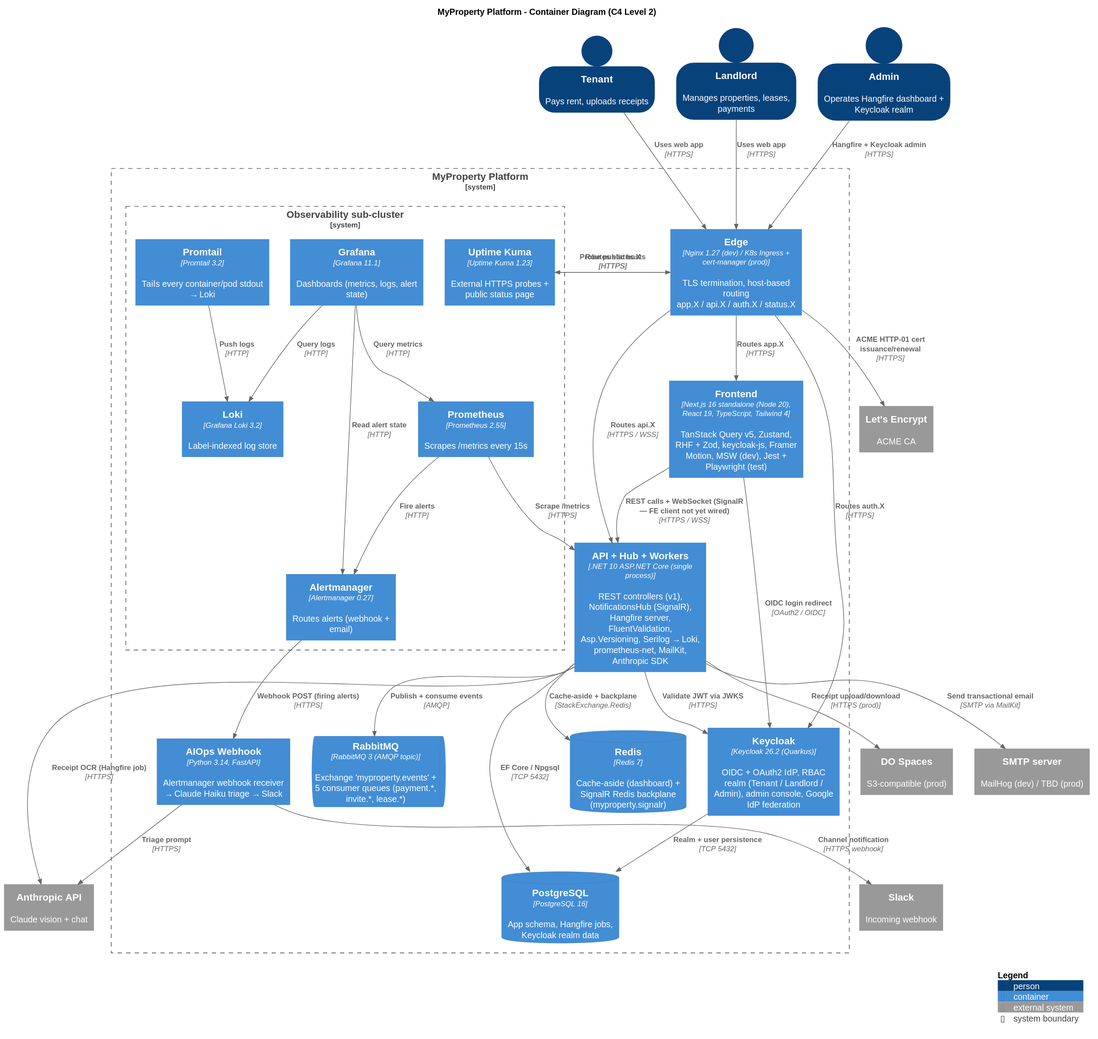
Earlier version of the PlantUML export docs/architecture/diagrams/containers.svg (LIFE-Property-Management/MyProperty). Its diagram source:
```plantuml
@startuml
!include <C4/C4_Container>

LAYOUT_TOP_DOWN()
SHOW_PERSON_OUTLINE()

title MyProperty Platform - Container Diagram (C4 Level 2)

Person(tenant,   "Tenant",   "Pays rent, uploads receipts")
Person(landlord, "Landlord", "Manages properties, leases, payments")
Person(admin,    "Admin",    "Operates Hangfire dashboard + Keycloak realm")

System_Boundary(mp, "MyProperty Platform") {

    Container(edge, "Edge", "Nginx 1.27 (dev) / K8s Ingress + cert-manager (prod)", "TLS termination, host-based routing\napp.X / api.X / auth.X / status.X")

    Container(fe, "Frontend", "Next.js 16 standalone (Node 20), React 19, TypeScript, Tailwind 4", "TanStack Query v5, Zustand, RHF + Zod, keycloak-js, Framer Motion, MSW (dev), Jest + Playwright (test)")

    Container(api, "API + Hub + Workers", ".NET 10 ASP.NET Core (single process)", "REST controllers (v1), NotificationsHub (SignalR), Hangfire server, FluentValidation, Asp.Versioning, Serilog → Loki, prometheus-net, MailKit, Anthropic SDK")

    Container(aiops, "AIOps Webhook", "Python 3.14, FastAPI", "Alertmanager webhook receiver → Claude Haiku triage → Slack")

    Container(kc, "Keycloak", "Keycloak 26.2 (Quarkus)", "OIDC + OAuth2 IdP, RBAC realm (Tenant / Landlord / Admin), admin console, Google IdP federation")

    ContainerDb(pg,    "PostgreSQL",  "PostgreSQL 16", "App schema, Hangfire jobs, Keycloak realm data")
    ContainerDb(redis, "Redis",       "Redis 7",       "Cache-aside (dashboard) + SignalR Redis backplane (myproperty.signalr)")
    ContainerQueue(mq, "RabbitMQ",    "RabbitMQ 3 (AMQP topic)", "Exchange 'myproperty.events' + 5 consumer queues (payment.*, invite.*, lease.*)")

    System_Boundary(obs, "Observability sub-cluster") {
        Container(prom,     "Prometheus",   "Prometheus 2.55",    "Scrapes /metrics every 15s")
        Container(alert,    "Alertmanager", "Alertmanager 0.27", "Routes alerts (webhook + email)")
        Container(loki,     "Loki",         "Grafana Loki 3.2",   "Label-indexed log store")
        Container(promtail, "Promtail",     "Promtail 3.2",       "Tails every container/pod stdout → Loki")
        Container(grafana,  "Grafana",      "Grafana 11.1",       "Dashboards (metrics, logs, alert state)")
        Container(kuma,     "Uptime Kuma",  "Uptime Kuma 1.23",   "External HTTPS probes + public status page")
    }
}

System_Ext(anthropic,   "Anthropic API",  "Claude vision + chat")
System_Ext(spaces,      "DO Spaces",      "S3-compatible (prod)")
System_Ext(slack,       "Slack",          "Incoming webhook")
System_Ext(letsencrypt, "Let's Encrypt",  "ACME CA")
System_Ext(smtp,        "SMTP server",    "MailHog (dev) / TBD (prod)")

Rel(tenant,   edge, "Uses web app", "HTTPS")
Rel(landlord, edge, "Uses web app", "HTTPS")
Rel(admin,    edge, "Hangfire + Keycloak admin", "HTTPS")

Rel(edge, fe,   "Routes app.X",    "HTTPS")
Rel(edge, api,  "Routes api.X",    "HTTPS / WSS")
Rel(edge, kc,   "Routes auth.X",   "HTTPS")
Rel(edge, kuma, "Routes status.X", "HTTPS")

Rel(fe,  api, "REST calls + WebSocket (SignalR — FE client not yet wired)", "HTTPS / WSS")
Rel(fe,  kc,  "OIDC login redirect",   "OAuth2 / OIDC")
Rel(api, kc,  "Validate JWT via JWKS", "HTTPS")

Rel(api, pg,    "EF Core / Npgsql",          "TCP 5432")
Rel(api, redis, "Cache-aside + backplane",   "StackExchange.Redis")
Rel(api, mq,    "Publish + consume events",  "AMQP")
Rel(kc,  pg,    "Realm + user persistence",  "TCP 5432")

Rel(api, anthropic, "Receipt OCR (Hangfire job)", "HTTPS")
Rel(api, spaces,    "Receipt upload/download",     "HTTPS (prod)")
Rel(api, smtp,      "Send transactional email",    "SMTP via MailKit")

Rel(alert, aiops,     "Webhook POST (firing alerts)", "HTTPS")
Rel(aiops, anthropic, "Triage prompt",                "HTTPS")
Rel(aiops, slack,     "Channel notification",         "HTTPS webhook")

Rel(prom,     api,    "Scrape /metrics", "HTTPS")
Rel(prom,     alert,  "Fire alerts",     "HTTP")
Rel(promtail, loki,   "Push logs",       "HTTP")
Rel(grafana,  prom,   "Query metrics",   "HTTP")
Rel(grafana,  loki,   "Query logs",      "HTTP")
Rel(grafana,  alert,  "Read alert state","HTTP")
Rel(kuma,     edge,   "Probe public hosts", "HTTPS")

Rel(edge, letsencrypt, "ACME HTTP-01 cert issuance/renewal", "HTTPS")

SHOW_LEGEND()
@enduml
```
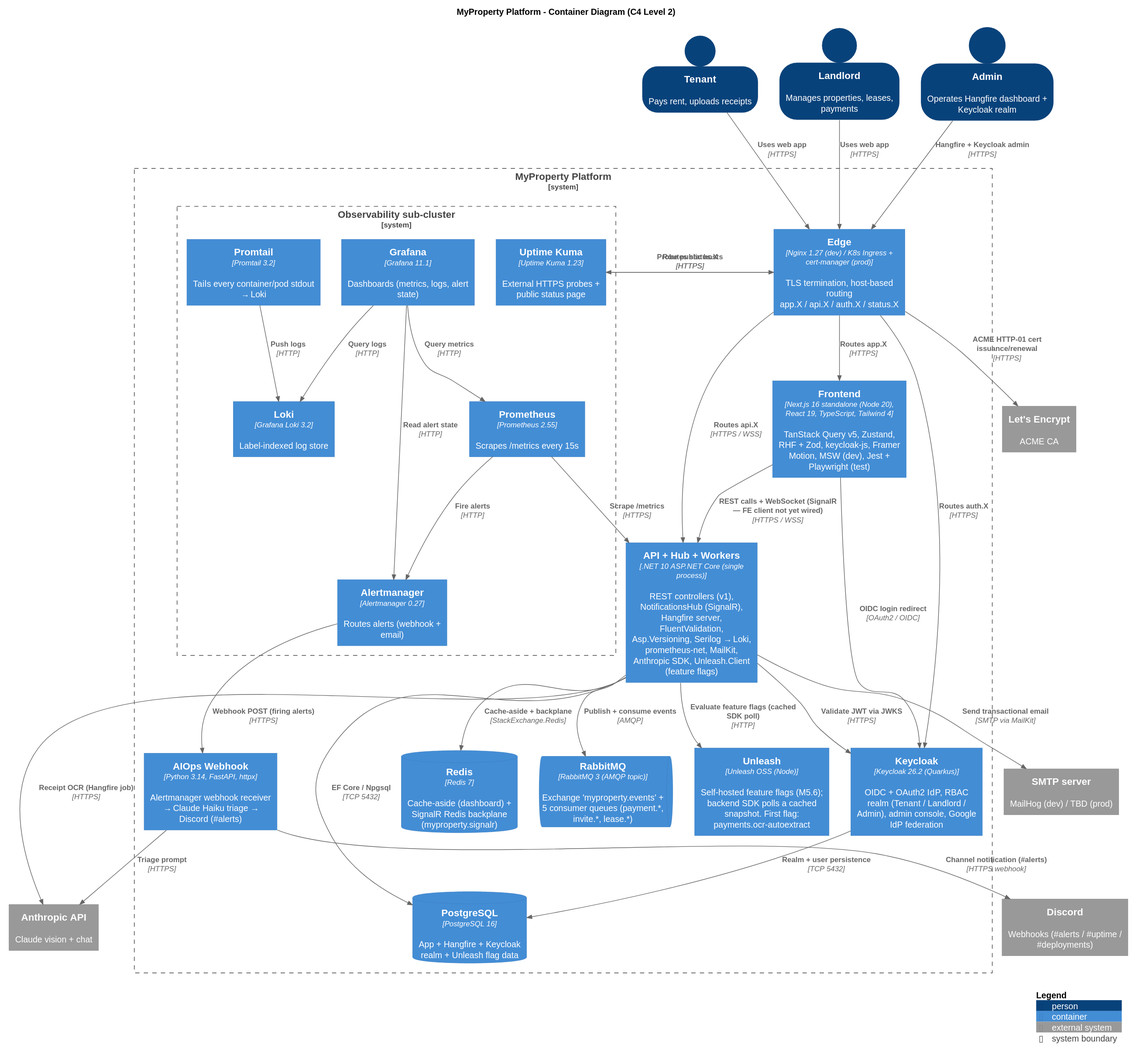
Above is the later version.

What changed in the source:
```diff
@@ -16,13 +16,15 @@
 
     Container(fe, "Frontend", "Next.js 16 standalone (Node 20), React 19, TypeScript, Tailwind 4", "TanStack Query v5, Zustand, RHF + Zod, keycloak-js, Framer Motion, MSW (dev), Jest + Playwright (test)")
 
-    Container(api, "API + Hub + Workers", ".NET 10 ASP.NET Core (single process)", "REST controllers (v1), NotificationsHub (SignalR), Hangfire server, FluentValidation, Asp.Versioning, Serilog → Loki, prometheus-net, MailKit, Anthropic SDK")
+    Container(api, "API + Hub + Workers", ".NET 10 ASP.NET Core (single process)", "REST controllers (v1), NotificationsHub (SignalR), Hangfire server, FluentValidation, Asp.Versioning, Serilog → Loki, prometheus-net, MailKit, Anthropic SDK, Unleash.Client (feature flags)")
 
-    Container(aiops, "AIOps Webhook", "Python 3.14, FastAPI", "Alertmanager webhook receiver → Claude Haiku triage → Slack")
+    Container(aiops, "AIOps Webhook", "Python 3.14, FastAPI, httpx", "Alertmanager webhook receiver → Claude Haiku triage → Discord (#alerts)")
 
     Container(kc, "Keycloak", "Keycloak 26.2 (Quarkus)", "OIDC + OAuth2 IdP, RBAC realm (Tenant / Landlord / Admin), admin console, Google IdP federation")
 
-    ContainerDb(pg,    "PostgreSQL",  "PostgreSQL 16", "App schema, Hangfire jobs, Keycloak realm data")
+    Container(unleash, "Unleash", "Unleash OSS (Node)", "Self-hosted feature flags (M5.6); backend SDK polls a cached snapshot. First flag: payments.ocr-autoextract")
+
+    ContainerDb(pg,    "PostgreSQL",  "PostgreSQL 16", "App + Hangfire + Keycloak realm + Unleash flag data")
     ContainerDb(redis, "Redis",       "Redis 7",       "Cache-aside (dashboard) + SignalR Redis backplane (myproperty.signalr)")
     ContainerQueue(mq, "RabbitMQ",    "RabbitMQ 3 (AMQP topic)", "Exchange 'myproperty.events' + 5 consumer queues (payment.*, invite.*, lease.*)")
 
@@ -37,8 +39,7 @@
 }
 
 System_Ext(anthropic,   "Anthropic API",  "Claude vision + chat")
-System_Ext(spaces,      "DO Spaces",      "S3-compatible (prod)")
-System_Ext(slack,       "Slack",          "Incoming webhook")
+System_Ext(discord,     "Discord",        "Webhooks (#alerts / #uptime / #deployments)")
 System_Ext(letsencrypt, "Let's Encrypt",  "ACME CA")
 System_Ext(smtp,        "SMTP server",    "MailHog (dev) / TBD (prod)")
 
@@ -61,12 +62,12 @@
 Rel(kc,  pg,    "Realm + user persistence",  "TCP 5432")
 
 Rel(api, anthropic, "Receipt OCR (Hangfire job)", "HTTPS")
-Rel(api, spaces,    "Receipt upload/download",     "HTTPS (prod)")
 Rel(api, smtp,      "Send transactional email",    "SMTP via MailKit")
+Rel(api, unleash,   "Evaluate feature flags (cached SDK poll)", "HTTP")
 
 Rel(alert, aiops,     "Webhook POST (firing alerts)", "HTTPS")
 Rel(aiops, anthropic, "Triage prompt",                "HTTPS")
-Rel(aiops, slack,     "Channel notification",         "HTTPS webhook")
+Rel(aiops, discord,   "Channel notification (#alerts)", "HTTPS webhook")
 
 Rel(prom,     api,    "Scrape /metrics", "HTTPS")
 Rel(prom,     alert,  "Fire alerts",     "HTTP")
```
